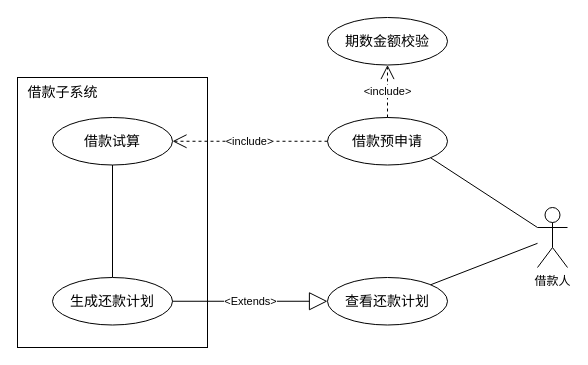
Before: 借款试算用例图.drawio in wuxiao-web/graduationThesis, a draw.io diagram. Source tidied: cells renumbered, new cells numbered last; positions are measured from the earlier drawing's top-left corner, leaving out a move shared by most shapes. Both pictures are drawn from the tidied source at 100%, with x=0, y=0 at pixel (17, 17).
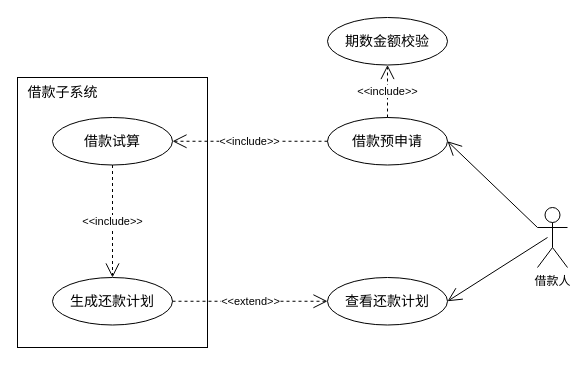
The same page after the edit.

Commit message:
更新借款试算用例图.drawio

Diff of the diagram source:
```diff
@@
 <mxGraphModel>
   <root>
     <mxCell id="0" />
     <mxCell id="1" parent="0" />
     <mxCell id="2" style="html=1;whiteSpace=wrap;" parent="1" vertex="1">
       <mxGeometry y="60" width="190" height="270" as="geometry" />
     </mxCell>
     <mxCell id="3" value="&lt;font style=&quot;font-size: 14px;&quot;&gt;借款子系统&lt;/font&gt;" style="text;html=1;align=center;verticalAlign=middle;strokeColor=none;fillColor=none;" parent="1" vertex="1">
       <mxGeometry y="60" width="90" height="30" as="geometry" />
     </mxCell>
-    <mxCell id="4" style="edgeStyle=orthogonalEdgeStyle;rounded=0;jettySize=auto;html=1;entryX=0.5;entryY=0;entryDx=0;entryDy=0;endArrow=none;endFill=0;" parent="1" edge="1" source="5" target="6">
-      <mxGeometry relative="1" as="geometry" />
-    </mxCell>
     <mxCell id="5" value="&lt;span style=&quot;font-size: 14px;&quot;&gt;借款试算&lt;/span&gt;" style="ellipse;whiteSpace=wrap;html=1;" parent="1" vertex="1">
       <mxGeometry x="35" y="100" width="120" height="47.5" as="geometry" />
     </mxCell>
     <mxCell id="6" value="&lt;span style=&quot;font-size: 14px;&quot;&gt;生成还款计划&lt;/span&gt;" style="ellipse;whiteSpace=wrap;html=1;" parent="1" vertex="1">
       <mxGeometry x="35" y="260" width="120" height="47.5" as="geometry" />
     </mxCell>
     <mxCell id="7" value="&lt;span style=&quot;font-size: 14px;&quot;&gt;查看还款计划&lt;/span&gt;" style="ellipse;whiteSpace=wrap;html=1;" parent="1" vertex="1">
       <mxGeometry x="310" y="260" width="120" height="47.5" as="geometry" />
     </mxCell>
-    <mxCell id="8" style="rounded=0;jettySize=auto;html=1;endArrow=none;endFill=0;" parent="1" edge="1" source="10" target="7">
-      <mxGeometry relative="1" as="geometry" />
-    </mxCell>
-    <mxCell id="9" style="rounded=0;jettySize=auto;html=1;entryX=1;entryY=1;entryDx=0;entryDy=0;exitX=0;exitY=0.3333333333333333;exitDx=0;exitDy=0;exitPerimeter=0;endArrow=none;endFill=0;" parent="1" edge="1" source="10" target="11">
-      <mxGeometry relative="1" as="geometry" />
-    </mxCell>
     <mxCell id="10" value="借款人" style="shape=umlActor;verticalLabelPosition=bottom;verticalAlign=top;html=1;" parent="1" vertex="1">
       <mxGeometry x="520" y="190" width="30" height="60" as="geometry" />
     </mxCell>
     <mxCell id="11" value="&lt;span style=&quot;font-size: 14px;&quot;&gt;借款预申请&lt;/span&gt;" style="ellipse;whiteSpace=wrap;html=1;" parent="1" vertex="1">
       <mxGeometry x="310" y="100" width="120" height="47.5" as="geometry" />
     </mxCell>
-    <mxCell id="12" value="&amp;lt;include&amp;gt;" style="endArrow=open;endSize=12;dashed=1;html=1;rounded=0;exitX=0.5;exitY=0;exitDx=0;exitDy=0;" parent="1" edge="1" source="11" target="15">
+    <mxCell id="12" value="&amp;lt;&amp;lt;include&amp;gt;&amp;gt;" style="endArrow=open;endSize=12;dashed=1;html=1;rounded=0;exitX=0.5;exitY=0;exitDx=0;exitDy=0;" parent="1" edge="1" source="11" target="15">
       <mxGeometry relative="1" as="geometry" />
     </mxCell>
-    <mxCell id="13" value="&amp;lt;Extends&amp;gt;" style="endArrow=block;endSize=16;endFill=0;html=1;rounded=0;entryX=0;entryY=0.5;entryDx=0;entryDy=0;exitX=1;exitY=0.5;exitDx=0;exitDy=0;" parent="1" edge="1" source="6" target="7">
-      <mxGeometry relative="1" as="geometry" />
-    </mxCell>
-    <mxCell id="14" value="&amp;lt;include&amp;gt;" style="endArrow=open;endSize=12;dashed=1;html=1;rounded=0;entryX=1;entryY=0.5;entryDx=0;entryDy=0;exitX=0;exitY=0.5;exitDx=0;exitDy=0;" parent="1" edge="1" source="11" target="5">
+    <mxCell id="14" value="&amp;lt;&amp;lt;include&amp;gt;&amp;gt;" style="endArrow=open;endSize=12;dashed=1;html=1;rounded=0;entryX=1;entryY=0.5;entryDx=0;entryDy=0;exitX=0;exitY=0.5;exitDx=0;exitDy=0;" parent="1" edge="1" source="11" target="5">
       <mxGeometry relative="1" as="geometry" />
     </mxCell>
     <mxCell id="15" value="&lt;span style=&quot;font-size: 14px;&quot;&gt;期数金额校验&lt;/span&gt;" style="ellipse;whiteSpace=wrap;html=1;" parent="1" vertex="1">
       <mxGeometry x="310" width="120" height="47.5" as="geometry" />
     </mxCell>
+    <mxCell id="4" value="&amp;lt;&amp;lt;include&amp;gt;&amp;gt;" style="endArrow=open;endSize=12;dashed=1;html=1;rounded=0;entryX=0.5;entryY=0;entryDx=0;entryDy=0;exitX=0.5;exitY=1;exitDx=0;exitDy=0;" parent="1" edge="1" source="5" target="6">
+      <mxGeometry relative="1" as="geometry" />
+    </mxCell>
+    <mxCell id="13" value="&amp;lt;&amp;lt;extend&amp;gt;&amp;gt;" style="endArrow=open;endSize=12;dashed=1;html=1;rounded=0;entryX=0;entryY=0.5;entryDx=0;entryDy=0;exitX=1;exitY=0.5;exitDx=0;exitDy=0;" parent="1" edge="1" source="6" target="7">
+      <mxGeometry relative="1" as="geometry" />
+    </mxCell>
+    <mxCell id="9" style="endArrow=open;endSize=12;html=1;rounded=0;exitX=0;exitY=0.3333333333333333;exitDx=0;exitDy=0;exitPerimeter=0;entryX=1;entryY=0.5;entryDx=0;entryDy=0;" parent="1" edge="1" source="10" target="11">
+      <mxGeometry relative="1" as="geometry" />
+    </mxCell>
+    <mxCell id="16" style="endArrow=open;endSize=12;html=1;rounded=0;exitX=0;exitY=0.3333333333333333;exitDx=0;exitDy=0;exitPerimeter=0;entryX=1;entryY=0.5;entryDx=0;entryDy=0;" parent="1" edge="1" target="7">
+      <mxGeometry relative="1" as="geometry">
+        <mxPoint x="530" y="220" as="sourcePoint" />
+      </mxGeometry>
+    </mxCell>
   </root>
 </mxGraphModel>
```
